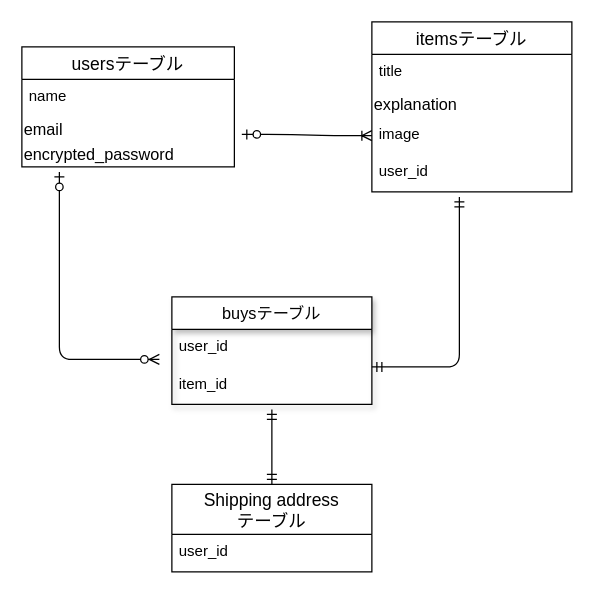
nori35/furima-36164 keeps this draw.io diagram as furima.dio. Above is the earlier version. Source tidied: cells renumbered, new cells numbered last; positions are measured from the earlier drawing's top-left corner, leaving out a move shared by most shapes. Both pictures are drawn from the tidied source at 125%, with x=0, y=0 at pixel (21, 21).
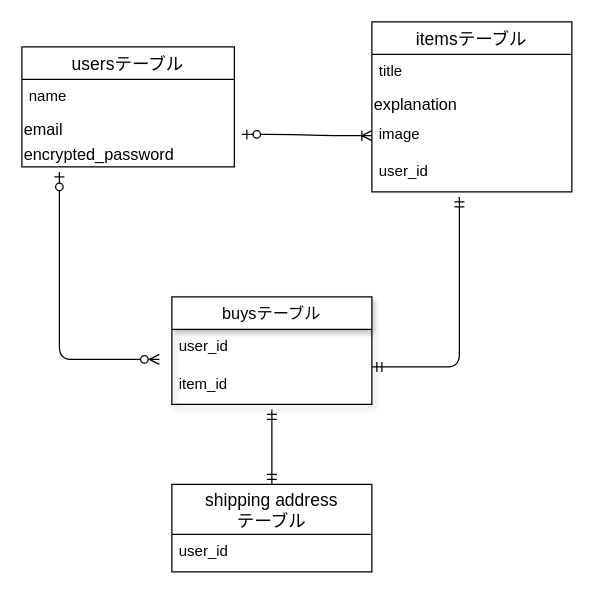
The same diagram, later.

What changed in the source:
```diff
@@
-    <mxCell id="15" value="Shipping address&#10;テーブル" style="swimlane;fontStyle=0;horizontal=1;startSize=40;align=center;fontSize=14;rotation=0;direction=east;" parent="1" vertex="1">
+    <mxCell id="15" value="shipping address&#10;テーブル" style="swimlane;fontStyle=0;horizontal=1;startSize=40;align=center;fontSize=14;rotation=0;direction=east;" parent="1" vertex="1">
       <mxGeometry x="120" y="370" width="160" height="70" as="geometry" />
     </mxCell>
```
